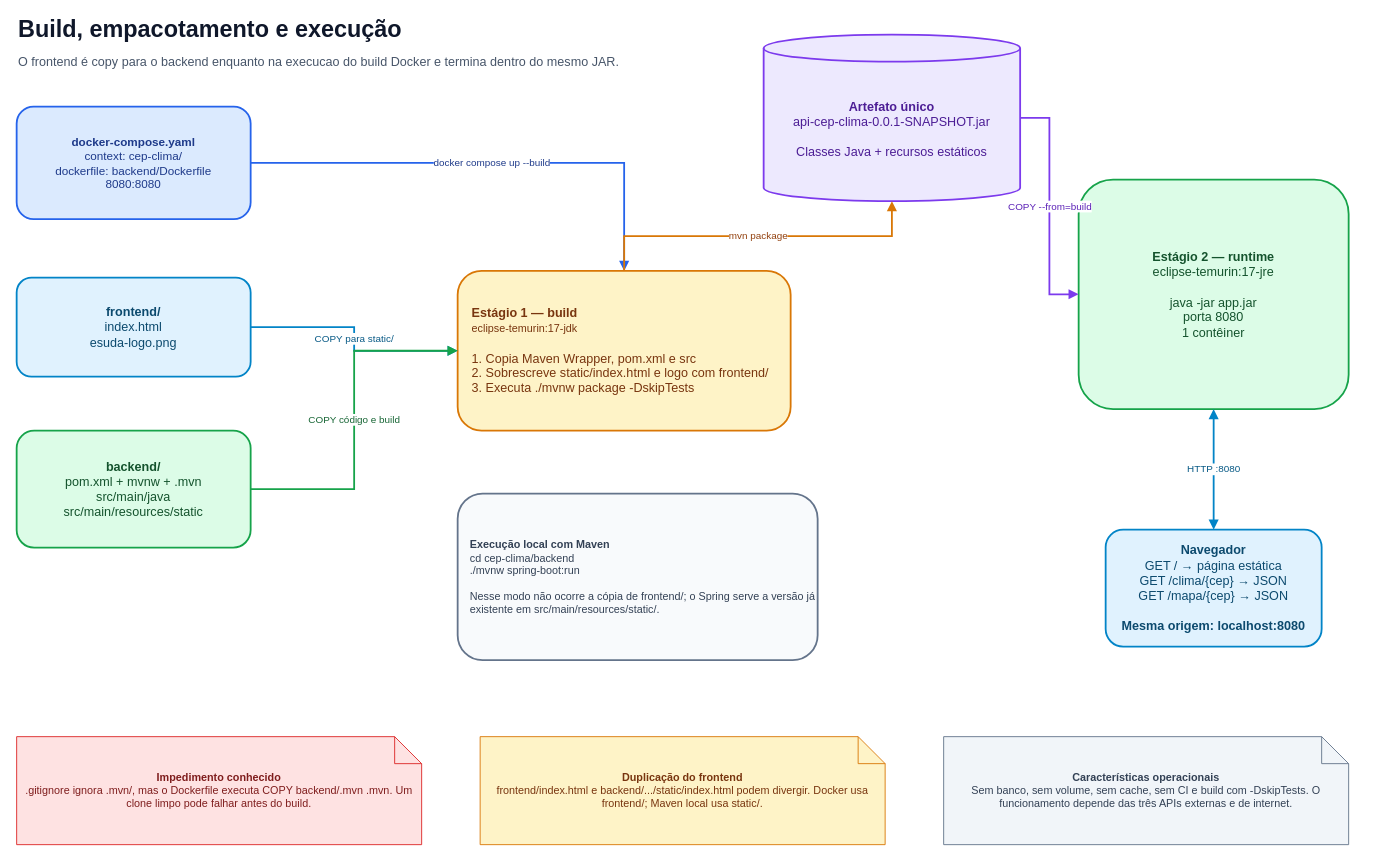
Above: page "04 - Build e execução" (4 of 4) of docs/Felipe.drawio in arcorreiaa/esudaPosEs (draw.io), before the change. Source tidied: cells renumbered, new cells numbered last; positions are measured from the earlier drawing's top-left corner, leaving out a move shared by most shapes. Both pictures are drawn from the tidied source at 90%, with x=0, y=0 at pixel (16, 16).
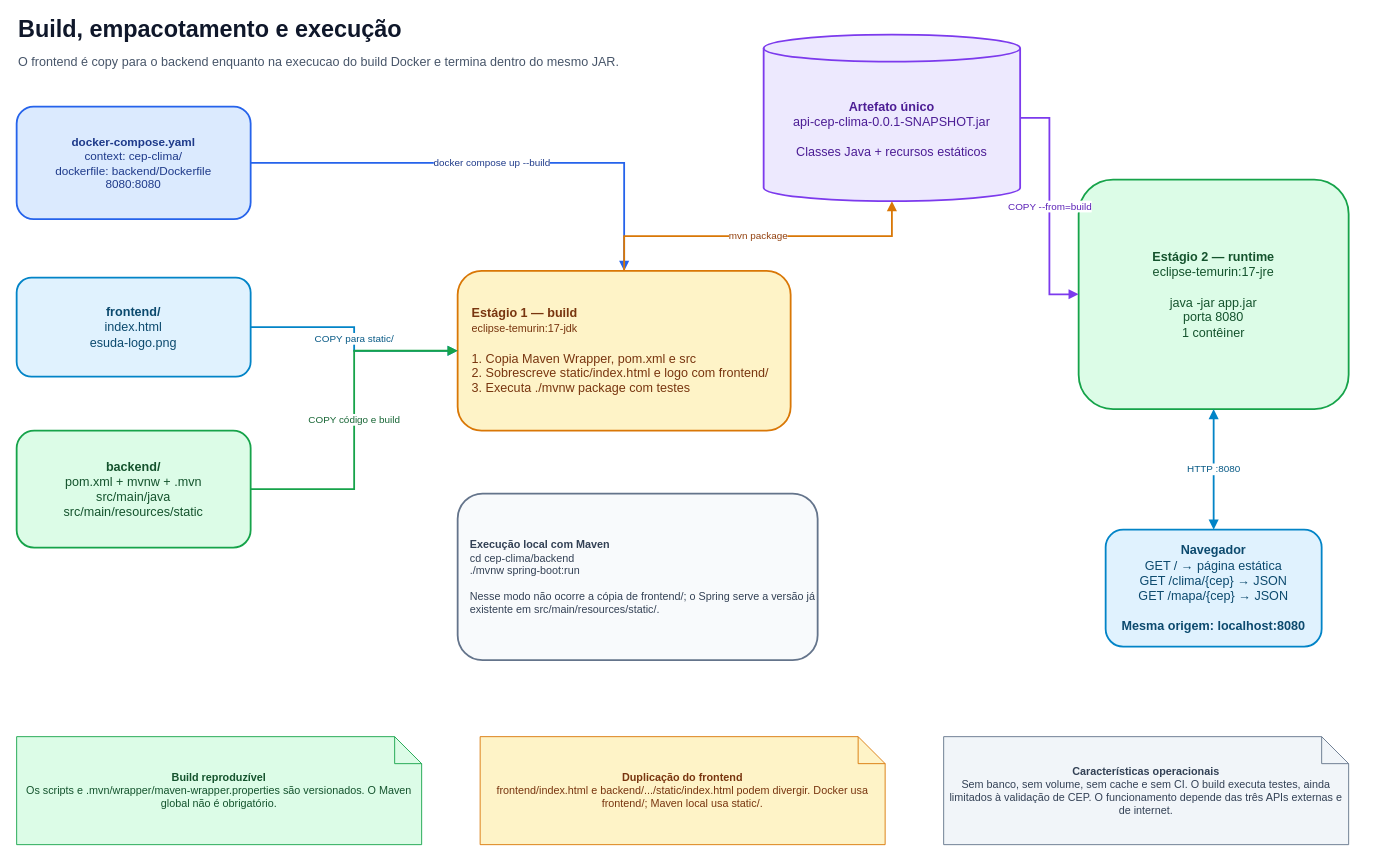
Above is the later version.

Diff of the diagram source:
```diff
@@
-    <mxCell id="6" value="&lt;b&gt;Estágio 1 — build&lt;/b&gt;&lt;br&gt;&lt;font style=&quot;font-size:12px&quot;&gt;eclipse-temurin:17-jdk&lt;/font&gt;&lt;br&gt;&lt;br&gt;1. Copia Maven Wrapper, pom.xml e src&lt;br&gt;2. Sobrescreve static/index.html e logo com frontend/&lt;br&gt;3. Executa ./mvnw package -DskipTests" style="rounded=1;whiteSpace=wrap;html=1;fillColor=#FEF3C7;strokeColor=#D97706;fontColor=#78350F;fontSize=14;strokeWidth=2;align=left;spacingLeft=14;" parent="1" vertex="1">
+    <mxCell id="6" value="&lt;b&gt;Estágio 1 — build&lt;/b&gt;&lt;br&gt;&lt;font style=&quot;font-size:12px&quot;&gt;eclipse-temurin:17-jdk&lt;/font&gt;&lt;br&gt;&lt;br&gt;1. Copia Maven Wrapper, pom.xml e src&lt;br&gt;2. Sobrescreve static/index.html e logo com frontend/&lt;br&gt;3. Executa ./mvnw package com testes" style="rounded=1;whiteSpace=wrap;html=1;fillColor=#FEF3C7;strokeColor=#D97706;fontColor=#78350F;fontSize=14;strokeWidth=2;align=left;spacingLeft=14;" parent="1" vertex="1">
       <mxGeometry x="490" y="282.5" width="370" height="177.5" as="geometry" />
     </mxCell>
@@
-    <mxCell id="17" value="&lt;b&gt;Impedimento conhecido&lt;/b&gt;&lt;br&gt;.gitignore ignora .mvn/, mas o Dockerfile executa COPY backend/.mvn .mvn. Um clone limpo pode falhar antes do build." style="shape=note;whiteSpace=wrap;html=1;backgroundOutline=1;fillColor=#FEE2E2;strokeColor=#DC2626;fontColor=#7F1D1D;fontSize=12;" parent="1" vertex="1">
+    <mxCell id="17" value="&lt;b&gt;Build reproduzível&lt;/b&gt;&lt;br&gt;Os scripts e .mvn/wrapper/maven-wrapper.properties são versionados. O Maven global não é obrigatório." style="shape=note;whiteSpace=wrap;html=1;backgroundOutline=1;fillColor=#DCFCE7;strokeColor=#16A34A;fontColor=#14532D;fontSize=12;" parent="1" vertex="1">
       <mxGeometry y="800" width="450" height="120" as="geometry" />
     </mxCell>
@@
-    <mxCell id="19" value="&lt;b&gt;Características operacionais&lt;/b&gt;&lt;br&gt;Sem banco, sem volume, sem cache, sem CI e build com -DskipTests. O funcionamento depende das três APIs externas e de internet." style="shape=note;whiteSpace=wrap;html=1;backgroundOutline=1;fillColor=#F1F5F9;strokeColor=#64748B;fontColor=#334155;fontSize=12;" parent="1" vertex="1">
+    <mxCell id="19" value="&lt;b&gt;Características operacionais&lt;/b&gt;&lt;br&gt;Sem banco, sem volume, sem cache e sem CI. O build executa testes, ainda limitados à validação de CEP. O funcionamento depende das três APIs externas e de internet." style="shape=note;whiteSpace=wrap;html=1;backgroundOutline=1;fillColor=#F1F5F9;strokeColor=#64748B;fontColor=#334155;fontSize=12;" parent="1" vertex="1">
       <mxGeometry x="1030" y="800" width="450" height="120" as="geometry" />
     </mxCell>
```
